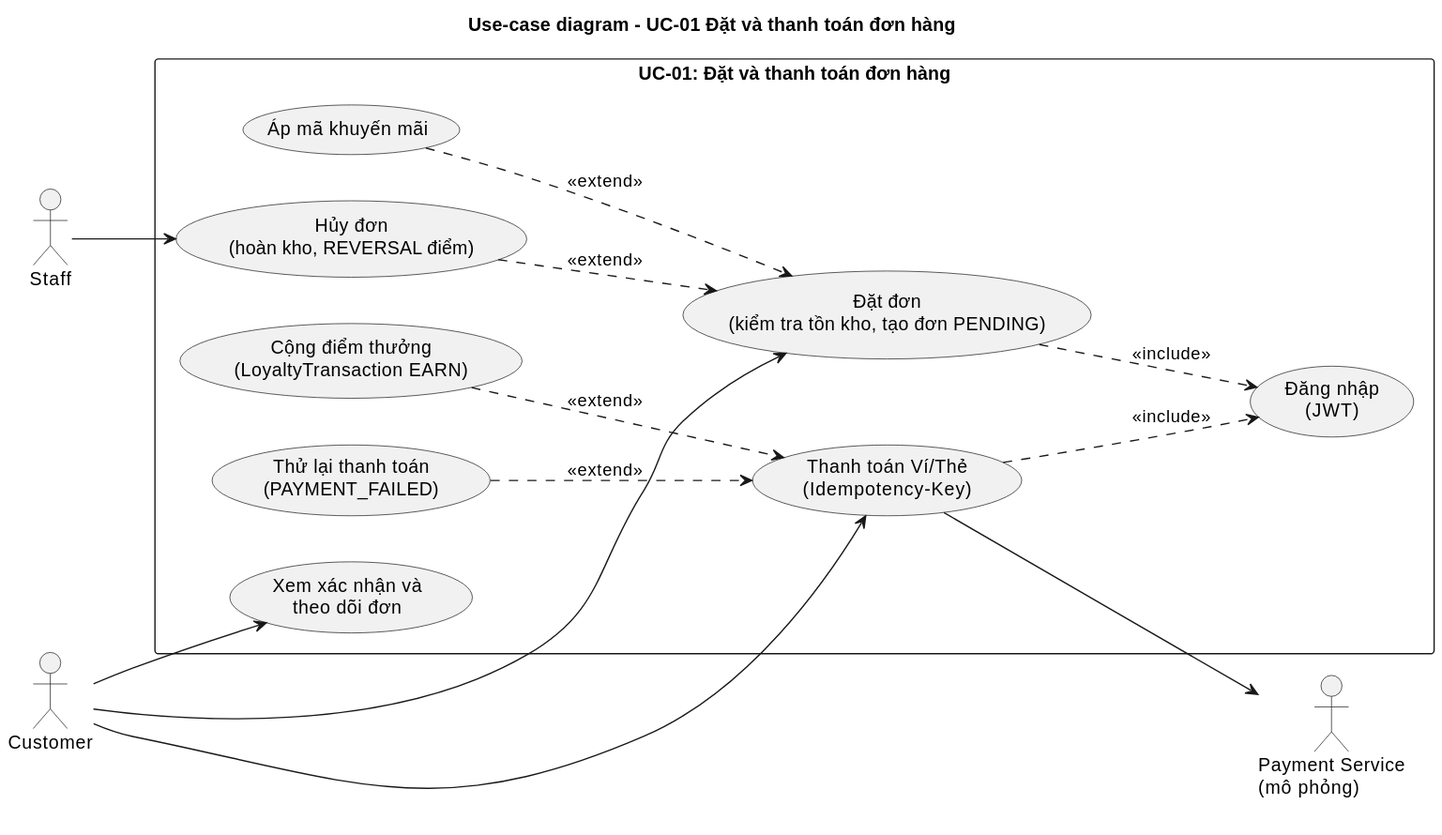
tthan-prog/BrewLite keeps this PlantUML diagram as docs/diagrams/usecase-checkout.svg. Above is the earlier version. The source it was exported from:
```plantuml
@startuml
title Use-case diagram - UC-01 Đặt và thanh toán đơn hàng
left to right direction
skinparam shadowing false

actor Customer
actor Staff
actor "Payment Service\n(mô phỏng)" as PAY

rectangle "UC-01: Đặt và thanh toán đơn hàng" {
  usecase "Đăng nhập\n(JWT)" as UC_Auth
  usecase "Đặt đơn\n(kiểm tra tồn kho, tạo đơn PENDING)" as UC_Order
  usecase "Áp mã khuyến mãi" as UC_Promo
  usecase "Thanh toán Ví/Thẻ\n(Idempotency-Key)" as UC_Pay
  usecase "Thử lại thanh toán\n(PAYMENT_FAILED)" as UC_Retry
  usecase "Cộng điểm thưởng\n(LoyaltyTransaction EARN)" as UC_Earn
  usecase "Xem xác nhận và\ntheo dõi đơn" as UC_Track
  usecase "Hủy đơn\n(hoàn kho, REVERSAL điểm)" as UC_Cancel
}

Customer --> UC_Order
Customer --> UC_Pay
Customer --> UC_Track
Staff --> UC_Cancel
UC_Pay --> PAY

UC_Order ..> UC_Auth : <<include>>
UC_Pay ..> UC_Auth : <<include>>
UC_Promo ..> UC_Order : <<extend>>
UC_Retry ..> UC_Pay : <<extend>>
UC_Earn ..> UC_Pay : <<extend>>
UC_Cancel ..> UC_Order : <<extend>>
@enduml
```
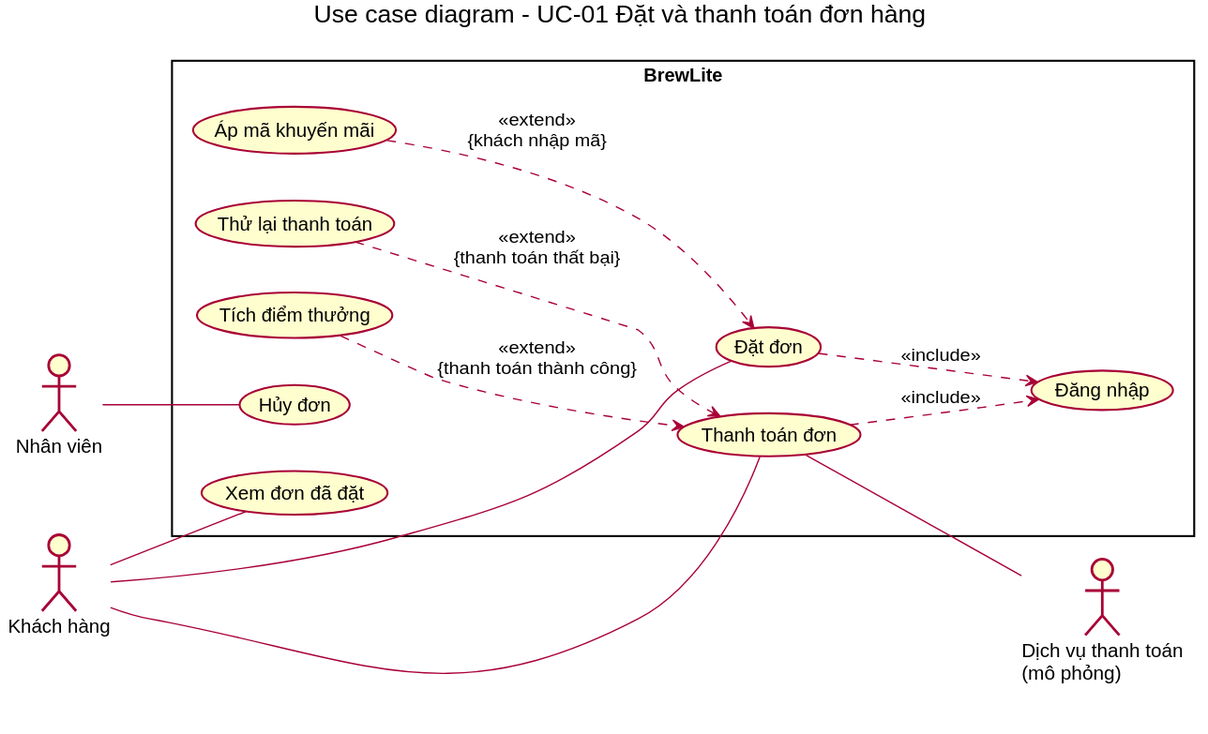
Above is the later version.

Change to the diagram source:
```diff
@@ -1,33 +1,33 @@
-@startuml
-title Use-case diagram - UC-01 Đặt và thanh toán đơn hàng
+@startuml usecase-checkout
+title Use case diagram - UC-01 Đặt và thanh toán đơn hàng
 left to right direction
 skinparam shadowing false
+skinparam packageStyle rectangle
 
-actor Customer
-actor Staff
-actor "Payment Service\n(mô phỏng)" as PAY
+actor "Khách hàng" as Customer
+actor "Nhân viên" as Staff
+actor "Dịch vụ thanh toán\n(mô phỏng)" as PAY
 
-rectangle "UC-01: Đặt và thanh toán đơn hàng" {
-  usecase "Đăng nhập\n(JWT)" as UC_Auth
-  usecase "Đặt đơn\n(kiểm tra tồn kho, tạo đơn PENDING)" as UC_Order
+rectangle "BrewLite" {
+  usecase "Đăng nhập" as UC_Auth
+  usecase "Đặt đơn" as UC_Order
   usecase "Áp mã khuyến mãi" as UC_Promo
-  usecase "Thanh toán Ví/Thẻ\n(Idempotency-Key)" as UC_Pay
-  usecase "Thử lại thanh toán\n(PAYMENT_FAILED)" as UC_Retry
-  usecase "Cộng điểm thưởng\n(LoyaltyTransaction EARN)" as UC_Earn
-  usecase "Xem xác nhận và\ntheo dõi đơn" as UC_Track
-  usecase "Hủy đơn\n(hoàn kho, REVERSAL điểm)" as UC_Cancel
+  usecase "Thanh toán đơn" as UC_Pay
+  usecase "Thử lại thanh toán" as UC_Retry
+  usecase "Tích điểm thưởng" as UC_Earn
+  usecase "Xem đơn đã đặt" as UC_Track
+  usecase "Hủy đơn" as UC_Cancel
 }
 
-Customer --> UC_Order
-Customer --> UC_Pay
-Customer --> UC_Track
-Staff --> UC_Cancel
-UC_Pay --> PAY
+Customer -- UC_Order
+Customer -- UC_Pay
+Customer -- UC_Track
+Staff -- UC_Cancel
+UC_Pay -- PAY
 
 UC_Order ..> UC_Auth : <<include>>
 UC_Pay ..> UC_Auth : <<include>>
-UC_Promo ..> UC_Order : <<extend>>
-UC_Retry ..> UC_Pay : <<extend>>
-UC_Earn ..> UC_Pay : <<extend>>
-UC_Cancel ..> UC_Order : <<extend>>
+UC_Promo ..> UC_Order : <<extend>>\n{khách nhập mã}
+UC_Retry ..> UC_Pay : <<extend>>\n{thanh toán thất bại}
+UC_Earn ..> UC_Pay : <<extend>>\n{thanh toán thành công}
 @enduml
```
